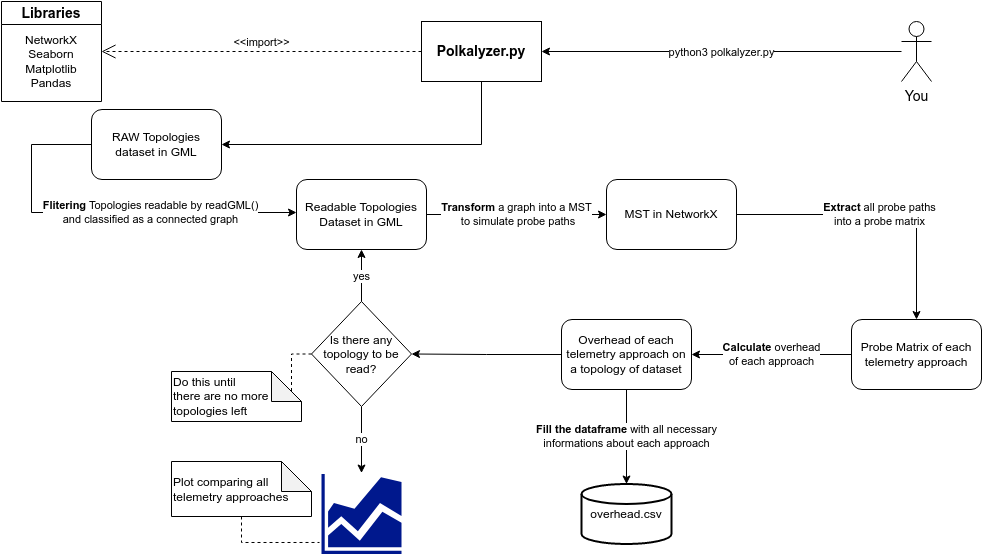
nerds-ufes/Polkalyzer keeps this draw.io diagram as scalability/imgs/PolkalyzerBehavior.png. Above is the earlier version. Source tidied: cells renumbered, new cells last; positions are measured from the earlier drawing's top-left corner, leaving out a move shared by most shapes.
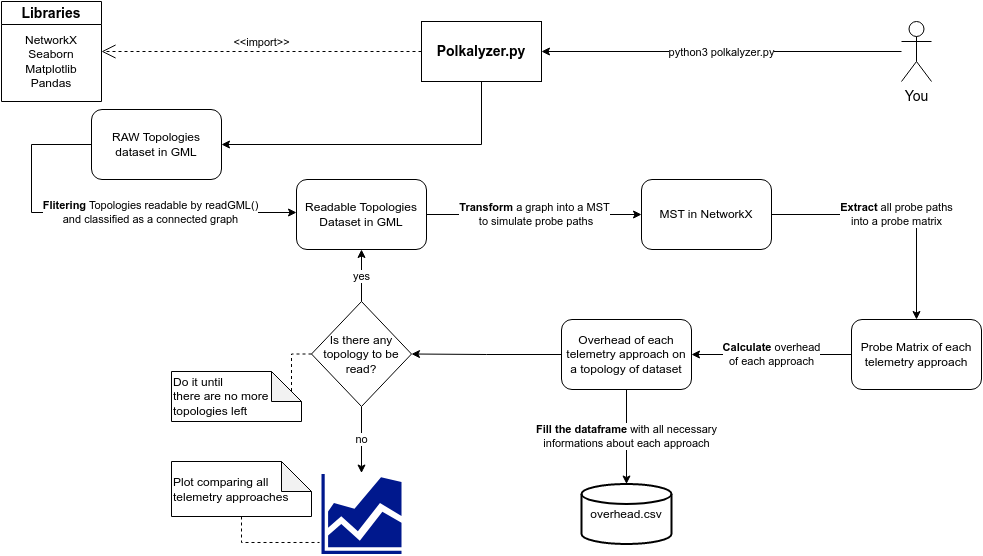
The same diagram one commit later.

Commit message:
fix structure of fig and text

Change to the diagram source:
```diff
@@ -24,7 +24,7 @@
       <mxGeometry relative="1" as="geometry" />
     </mxCell>
     <mxCell id="7" value="MST in NetworkX" style="rounded=1;whiteSpace=wrap;html=1;" parent="1" vertex="1">
-      <mxGeometry x="605" y="178" width="130" height="70" as="geometry" />
+      <mxGeometry x="640" y="178" width="130" height="70" as="geometry" />
     </mxCell>
     <mxCell id="8" value="&lt;b&gt;Calculate&lt;/b&gt; overhead&lt;br&gt;of each approach" style="edgeStyle=orthogonalEdgeStyle;rounded=0;jettySize=auto;html=1;" parent="1" edge="1" source="9" target="12">
       <mxGeometry relative="1" as="geometry" />
@@ -59,7 +59,7 @@
     <mxCell id="18" value="Plot comparing all telemetry approaches" style="shape=note;whiteSpace=wrap;html=1;backgroundOutline=1;darkOpacity=0.05;align=left;" parent="1" vertex="1">
       <mxGeometry x="170" y="460" width="140" height="55" as="geometry" />
     </mxCell>
-    <mxCell id="19" value="Do this until&lt;br&gt;there are no more&lt;br&gt;topologies left" style="shape=note;whiteSpace=wrap;html=1;backgroundOutline=1;darkOpacity=0.05;align=left;" parent="1" vertex="1">
+    <mxCell id="19" value="Do it until&lt;br&gt;there are no more&lt;br&gt;topologies left" style="shape=note;whiteSpace=wrap;html=1;backgroundOutline=1;darkOpacity=0.05;align=left;" parent="1" vertex="1">
       <mxGeometry x="170" y="370" width="130" height="50" as="geometry" />
     </mxCell>
     <mxCell id="20" value="&amp;lt;&amp;lt;import&amp;gt;&amp;gt;" style="edgeStyle=none;html=1;endArrow=open;endSize=12;dashed=1;verticalAlign=bottom;rounded=0;exitX=0;exitY=0.5;exitDx=0;exitDy=0;entryX=1;entryY=0.5;entryDx=0;entryDy=0;" parent="1" edge="1" source="22" target="25">
```
